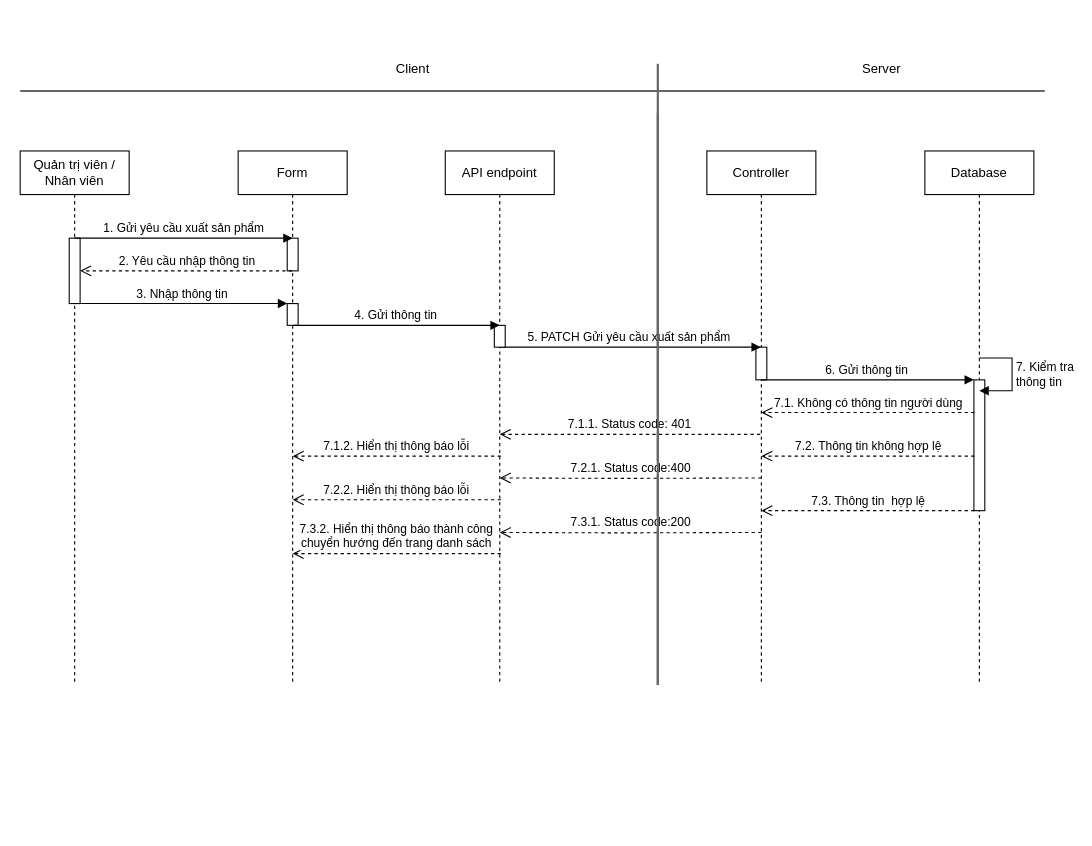
Before: page "Page-2" (2 of 2) of SD/SD_XUATNHAPHANG.drawio in hieuNV0871/da, a draw.io diagram. Source tidied: cells renumbered, new cells numbered last; positions are measured from the earlier drawing's top-left corner, leaving out a move shared by most shapes. Both pictures are drawn from the tidied source at 109%, with x=0, y=0 at pixel (20, 52).
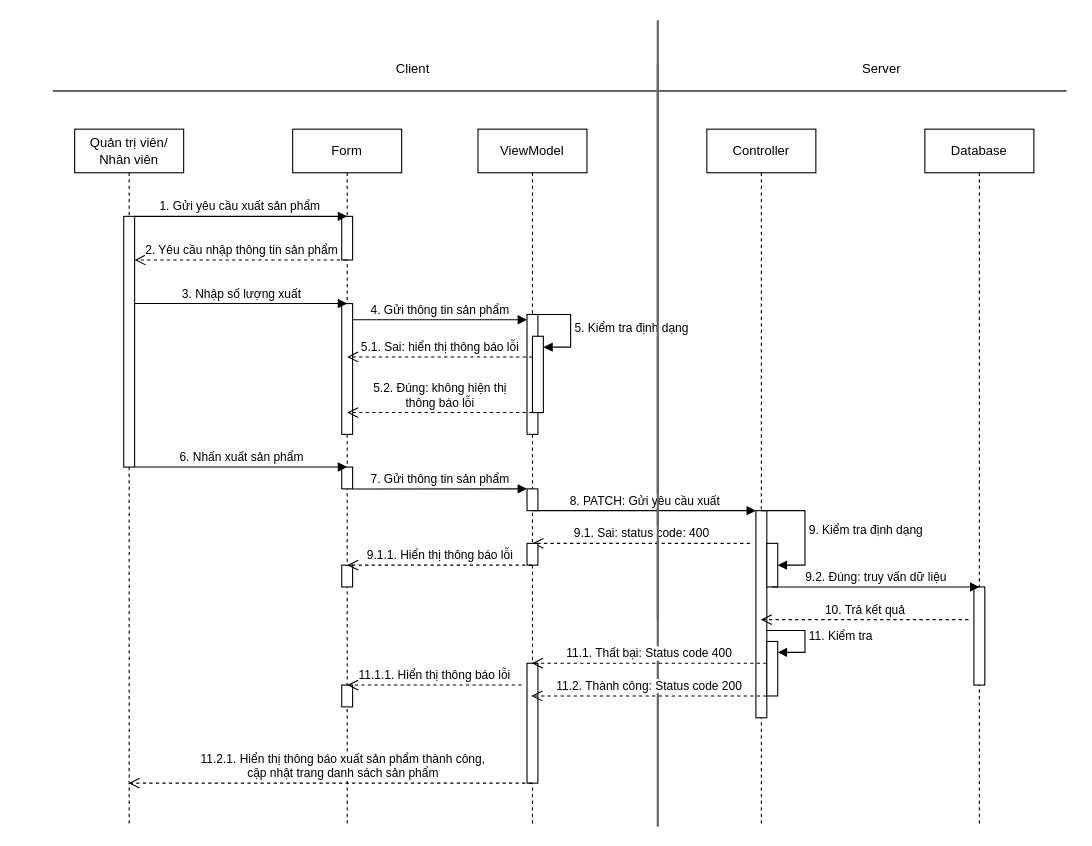
Above is the later version.

Diff of the diagram source:
```diff
@@
-    <mxCell id="2" value="Quản trị viên / Nhân viên" style="shape=umlLifeline;perimeter=lifelinePerimeter;whiteSpace=wrap;html=1;newEdgeStyle={&quot;curved&quot;:0,&quot;rounded&quot;:0};" parent="1" vertex="1">
-      <mxGeometry y="90" width="100" height="490" as="geometry" />
-    </mxCell>
-    <mxCell id="3" style="html=1;points=[[0,0,0,0,5],[0,1,0,0,-5],[1,0,0,0,5],[1,1,0,0,-5]];perimeter=orthogonalPerimeter;outlineConnect=0;targetShapes=umlLifeline;portConstraint=eastwest;newEdgeStyle={&quot;curved&quot;:0,&quot;rounded&quot;:0};" parent="2" vertex="1">
-      <mxGeometry x="45" y="80" width="10" height="60" as="geometry" />
-    </mxCell>
+    <mxCell id="34" style="line;strokeWidth=2;direction=south;html=1;fillColor=#f5f5f5;fontColor=#333333;strokeColor=#666666;" parent="1" vertex="1">
+      <mxGeometry x="580" y="-30" width="10" height="550" as="geometry" />
+    </mxCell>
+    <mxCell id="35" value="Quản trị viên/ Nhân viên" style="shape=umlLifeline;perimeter=lifelinePerimeter;whiteSpace=wrap;html=1;outlineConnect=0;portConstraint=eastwest;newEdgeStyle={&quot;curved&quot;:0,&quot;rounded&quot;:0};" parent="1" vertex="1">
+      <mxGeometry x="50" y="70" width="100" height="640" as="geometry" />
+    </mxCell>
+    <mxCell id="36" style="html=1;points=[[0,0,0,0,5],[0,1,0,0,-5],[1,0,0,0,5],[1,1,0,0,-5]];perimeter=orthogonalPerimeter;outlineConnect=0;targetShapes=umlLifeline;portConstraint=eastwest;newEdgeStyle={&quot;curved&quot;:0,&quot;rounded&quot;:0};" parent="35" vertex="1">
+      <mxGeometry x="45" y="80" width="10" height="230" as="geometry" />
+    </mxCell>
     <mxCell id="4" value="Form" style="shape=umlLifeline;perimeter=lifelinePerimeter;whiteSpace=wrap;html=1;outlineConnect=0;portConstraint=eastwest;newEdgeStyle={&quot;curved&quot;:0,&quot;rounded&quot;:0};" parent="1" vertex="1">
-      <mxGeometry x="200" y="90" width="100" height="490" as="geometry" />
+      <mxGeometry x="250" y="70" width="100" height="640" as="geometry" />
     </mxCell>
-    <mxCell id="5" style="html=1;perimeter=orthogonalPerimeter;targetShapes=umlLifeline;newEdgeStyle={&quot;curved&quot;:0,&quot;rounded&quot;:0};" parent="4" vertex="1">
-      <mxGeometry x="45" y="80" width="10" height="30" as="geometry" />
-    </mxCell>
-    <mxCell id="6" style="html=1;points=[[0,0,0,0,5],[0,1,0,0,-5],[1,0,0,0,5],[1,1,0,0,-5]];perimeter=orthogonalPerimeter;outlineConnect=0;targetShapes=umlLifeline;portConstraint=eastwest;newEdgeStyle={&quot;curved&quot;:0,&quot;rounded&quot;:0};" parent="4" vertex="1">
-      <mxGeometry x="45" y="140" width="10" height="20" as="geometry" />
-    </mxCell>
+    <mxCell id="37" style="html=1;perimeter=orthogonalPerimeter;targetShapes=umlLifeline;newEdgeStyle={&quot;curved&quot;:0,&quot;rounded&quot;:0};" parent="4" vertex="1">
+      <mxGeometry x="45" y="80" width="10" height="40" as="geometry" />
+    </mxCell>
+    <mxCell id="38" style="html=1;points=[[0,0,0,0,5],[0,1,0,0,-5],[1,0,0,0,5],[1,1,0,0,-5]];perimeter=orthogonalPerimeter;outlineConnect=0;targetShapes=umlLifeline;portConstraint=eastwest;newEdgeStyle={&quot;curved&quot;:0,&quot;rounded&quot;:0};" parent="4" vertex="1">
+      <mxGeometry x="45" y="160" width="10" height="120" as="geometry" />
+    </mxCell>
+    <mxCell id="39" style="html=1;perimeter=orthogonalPerimeter;targetShapes=umlLifeline;newEdgeStyle={&quot;curved&quot;:0,&quot;rounded&quot;:0};" parent="4" vertex="1">
+      <mxGeometry x="45" y="310" width="10" height="20" as="geometry" />
+    </mxCell>
+    <mxCell id="40" style="html=1;perimeter=orthogonalPerimeter;targetShapes=umlLifeline;newEdgeStyle={&quot;curved&quot;:0,&quot;rounded&quot;:0};" parent="4" vertex="1">
+      <mxGeometry x="45" y="400" width="10" height="20" as="geometry" />
+    </mxCell>
+    <mxCell id="41" style="html=1;perimeter=orthogonalPerimeter;targetShapes=umlLifeline;newEdgeStyle={&quot;curved&quot;:0,&quot;rounded&quot;:0};" parent="4" vertex="1">
+      <mxGeometry x="45" y="510" width="10" height="20" as="geometry" />
+    </mxCell>
     <mxCell id="7" value="Controller" style="shape=umlLifeline;perimeter=lifelinePerimeter;whiteSpace=wrap;html=1;outlineConnect=0;portConstraint=eastwest;newEdgeStyle={&quot;curved&quot;:0,&quot;rounded&quot;:0};" parent="1" vertex="1">
-      <mxGeometry x="630" y="90" width="100" height="490" as="geometry" />
+      <mxGeometry x="630" y="70" width="100" height="640" as="geometry" />
     </mxCell>
-    <mxCell id="8" style="html=1;perimeter=orthogonalPerimeter;targetShapes=umlLifeline;newEdgeStyle={&quot;curved&quot;:0,&quot;rounded&quot;:0};" parent="7" vertex="1">
-      <mxGeometry x="45" y="180" width="10" height="30" as="geometry" />
-    </mxCell>
-    <mxCell id="9" value="2. Yêu cầu nhập thông tin" style="html=1;verticalAlign=bottom;endArrow=open;dashed=1;endSize=8;curved=0;rounded=0;" parent="1" edge="1">
-      <mxGeometry relative="1" as="geometry">
-        <mxPoint x="249.5" y="200" as="sourcePoint" />
-        <mxPoint x="55" y="200" as="targetPoint" />
-        <Array as="points">
-          <mxPoint x="150" y="200" />
-        </Array>
-      </mxGeometry>
-    </mxCell>
-    <mxCell id="10" value="3. Nhập thông tin&amp;nbsp;" style="html=1;verticalAlign=bottom;endArrow=block;curved=0;rounded=0;" parent="1" edge="1" source="3" target="6">
-      <mxGeometry relative="1" as="geometry" />
-    </mxCell>
+    <mxCell id="42" style="html=1;points=[[0,0,0,0,5],[0,1,0,0,-5],[1,0,0,0,5],[1,1,0,0,-5]];perimeter=orthogonalPerimeter;outlineConnect=0;targetShapes=umlLifeline;portConstraint=eastwest;newEdgeStyle={&quot;curved&quot;:0,&quot;rounded&quot;:0};" parent="7" vertex="1">
+      <mxGeometry x="45" y="350" width="10" height="190" as="geometry" />
+    </mxCell>
+    <mxCell id="43" value="9. Kiểm tra định dạng" style="html=1;align=left;spacingLeft=2;endArrow=block;rounded=0;edgeStyle=orthogonalEdgeStyle;curved=0;rounded=0;exitX=0.5;exitY=0;exitDx=0;exitDy=0;exitPerimeter=0;" parent="7" edge="1" source="42" target="44">
+      <mxGeometry relative="1" as="geometry">
+        <Array as="points">
+          <mxPoint x="90" y="350" />
+          <mxPoint x="90" y="400" />
+        </Array>
+      </mxGeometry>
+    </mxCell>
+    <mxCell id="44" style="html=1;points=[[0,0,0,0,5],[0,1,0,0,-5],[1,0,0,0,5],[1,1,0,0,-5]];perimeter=orthogonalPerimeter;outlineConnect=0;targetShapes=umlLifeline;portConstraint=eastwest;newEdgeStyle={&quot;curved&quot;:0,&quot;rounded&quot;:0};" parent="7" vertex="1">
+      <mxGeometry x="55" y="380" width="10" height="40" as="geometry" />
+    </mxCell>
+    <mxCell id="45" style="html=1;points=[[0,0,0,0,5],[0,1,0,0,-5],[1,0,0,0,5],[1,1,0,0,-5]];perimeter=orthogonalPerimeter;outlineConnect=0;targetShapes=umlLifeline;portConstraint=eastwest;newEdgeStyle={&quot;curved&quot;:0,&quot;rounded&quot;:0};" parent="7" vertex="1">
+      <mxGeometry x="55" y="470" width="10" height="50" as="geometry" />
+    </mxCell>
+    <mxCell id="46" value="11. Kiểm tra" style="html=1;align=left;spacingLeft=2;endArrow=block;rounded=0;edgeStyle=orthogonalEdgeStyle;curved=0;rounded=0;" parent="7" edge="1" target="45">
+      <mxGeometry relative="1" as="geometry">
+        <mxPoint x="55" y="460" as="sourcePoint" />
+        <Array as="points">
+          <mxPoint x="90" y="460" />
+          <mxPoint x="90" y="480" />
+        </Array>
+      </mxGeometry>
+    </mxCell>
+    <mxCell id="47" value="2. Yêu cầu nhập thông tin sản phẩm" style="html=1;verticalAlign=bottom;endArrow=open;dashed=1;endSize=8;curved=0;rounded=0;" parent="1" edge="1" source="4" target="36">
+      <mxGeometry relative="1" as="geometry">
+        <Array as="points">
+          <mxPoint x="180" y="190" />
+        </Array>
+      </mxGeometry>
+    </mxCell>
+    <mxCell id="48" value="3. Nhập số lượng xuất" style="html=1;verticalAlign=bottom;endArrow=block;curved=0;rounded=0;" parent="1" edge="1" source="36">
+      <mxGeometry relative="1" as="geometry">
+        <mxPoint x="300" y="230" as="targetPoint" />
+      </mxGeometry>
+    </mxCell>
-    <mxCell id="11" value="1. Gửi yêu cầu xuất sản phẩm" style="html=1;verticalAlign=bottom;endArrow=block;curved=0;rounded=0;" parent="1" edge="1">
+    <mxCell id="11" value="1. Gửi yêu cầu xuất sản phẩm&amp;nbsp;" style="html=1;verticalAlign=bottom;endArrow=block;curved=0;rounded=0;" parent="1" edge="1">
       <mxGeometry relative="1" as="geometry">
-        <mxPoint x="50" y="170" as="sourcePoint" />
-        <mxPoint x="250" y="170" as="targetPoint" />
+        <mxPoint x="105" y="150" as="sourcePoint" />
+        <mxPoint x="300" y="150" as="targetPoint" />
       </mxGeometry>
     </mxCell>
-    <mxCell id="12" value="5. PATCH Gửi yêu cầu xuất sản phẩm&amp;nbsp;" style="html=1;verticalAlign=bottom;endArrow=block;curved=0;rounded=0;" parent="1" edge="1" target="7">
-      <mxGeometry relative="1" as="geometry">
-        <mxPoint x="440" y="270" as="sourcePoint" />
-      </mxGeometry>
-    </mxCell>
+    <mxCell id="49" value="8. PATCH: Gửi yêu cầu xuất" style="html=1;verticalAlign=bottom;endArrow=block;curved=0;rounded=0;" parent="1" edge="1">
+      <mxGeometry relative="1" as="geometry">
+        <mxPoint x="470" y="420" as="sourcePoint" />
+        <mxPoint x="675" y="420" as="targetPoint" />
+      </mxGeometry>
+    </mxCell>
+    <mxCell id="50" value="9.1. Sai: status code: 400" style="html=1;verticalAlign=bottom;endArrow=open;dashed=1;endSize=8;curved=0;rounded=0;" parent="1" edge="1">
+      <mxGeometry relative="1" as="geometry">
+        <mxPoint x="669.5" y="450" as="sourcePoint" />
+        <mxPoint x="470" y="450" as="targetPoint" />
+        <Array as="points">
+          <mxPoint x="545" y="450" />
+        </Array>
+      </mxGeometry>
+    </mxCell>
     <mxCell id="13" value="Database" style="shape=umlLifeline;perimeter=lifelinePerimeter;whiteSpace=wrap;html=1;newEdgeStyle={&quot;curved&quot;:0,&quot;rounded&quot;:0};" parent="1" vertex="1">
-      <mxGeometry x="830" y="90" width="100" height="490" as="geometry" />
+      <mxGeometry x="830" y="70" width="100" height="640" as="geometry" />
     </mxCell>
-    <mxCell id="14" style="html=1;points=[[0,0,0,0,5],[0,1,0,0,-5],[1,0,0,0,5],[1,1,0,0,-5]];perimeter=orthogonalPerimeter;outlineConnect=0;targetShapes=umlLifeline;portConstraint=eastwest;newEdgeStyle={&quot;curved&quot;:0,&quot;rounded&quot;:0};" parent="13" vertex="1">
-      <mxGeometry x="45" y="210" width="10" height="120" as="geometry" />
-    </mxCell>
-    <mxCell id="15" style="line;strokeWidth=2;html=1;fillColor=#f5f5f5;fontColor=#333333;strokeColor=#666666;" parent="1" vertex="1">
-      <mxGeometry y="30" width="940" height="10" as="geometry" />
-    </mxCell>
+    <mxCell id="51" style="html=1;perimeter=orthogonalPerimeter;targetShapes=umlLifeline;newEdgeStyle={&quot;curved&quot;:0,&quot;rounded&quot;:0};" parent="13" vertex="1">
+      <mxGeometry x="45" y="420" width="10" height="90" as="geometry" />
+    </mxCell>
+    <mxCell id="52" style="line;strokeWidth=2;html=1;fillColor=#f5f5f5;fontColor=#333333;strokeColor=#666666;" parent="1" vertex="1">
+      <mxGeometry x="30" y="30" width="930" height="10" as="geometry" />
+    </mxCell>
@@
-    <mxCell id="18" style="line;strokeWidth=2;direction=south;html=1;fillColor=#f5f5f5;fontColor=#333333;strokeColor=#666666;" parent="1" vertex="1">
-      <mxGeometry x="580" y="10" width="10" height="570" as="geometry" />
-    </mxCell>
-    <mxCell id="19" value="API endpoint" style="shape=umlLifeline;perimeter=lifelinePerimeter;whiteSpace=wrap;html=1;newEdgeStyle={&quot;curved&quot;:0,&quot;rounded&quot;:0};" parent="1" vertex="1">
-      <mxGeometry x="390" y="90" width="100" height="490" as="geometry" />
-    </mxCell>
-    <mxCell id="20" style="html=1;perimeter=orthogonalPerimeter;targetShapes=umlLifeline;newEdgeStyle={&quot;curved&quot;:0,&quot;rounded&quot;:0};" parent="19" vertex="1">
-      <mxGeometry x="45" y="160" width="10" height="20" as="geometry" />
-    </mxCell>
-    <mxCell id="21" value="4. Gửi thông tin&amp;nbsp;" style="html=1;verticalAlign=bottom;endArrow=block;curved=0;rounded=0;" parent="1" edge="1">
-      <mxGeometry relative="1" as="geometry">
-        <mxPoint x="250.5" y="250" as="sourcePoint" />
-        <mxPoint x="440" y="250" as="targetPoint" />
-      </mxGeometry>
-    </mxCell>
-    <mxCell id="22" value="7. Kiểm tra&lt;br&gt;thông tin" style="html=1;align=left;spacingLeft=2;endArrow=block;rounded=0;edgeStyle=orthogonalEdgeStyle;curved=0;rounded=0;" parent="1" edge="1">
-      <mxGeometry relative="1" as="geometry">
-        <mxPoint x="880" y="280" as="sourcePoint" />
-        <mxPoint x="880" y="310" as="targetPoint" />
-        <Array as="points">
-          <mxPoint x="910" y="310" />
-        </Array>
-      </mxGeometry>
-    </mxCell>
-    <mxCell id="23" value="6. Gửi thông tin&amp;nbsp;" style="html=1;verticalAlign=bottom;endArrow=block;curved=0;rounded=0;" parent="1" edge="1" target="14">
-      <mxGeometry relative="1" as="geometry">
-        <mxPoint x="680" y="300" as="sourcePoint" />
-      </mxGeometry>
-    </mxCell>
-    <mxCell id="24" value="7.1. Không có thông tin người dùng" style="html=1;verticalAlign=bottom;endArrow=open;dashed=1;endSize=8;curved=0;rounded=0;" parent="1" edge="1">
-      <mxGeometry relative="1" as="geometry">
-        <mxPoint x="875.5" y="330" as="sourcePoint" />
-        <mxPoint x="680" y="330" as="targetPoint" />
-        <Array as="points">
-          <mxPoint x="715.5" y="330" />
-        </Array>
-      </mxGeometry>
-    </mxCell>
-    <mxCell id="25" value="7.2. Thông tin không hợp lệ" style="html=1;verticalAlign=bottom;endArrow=open;dashed=1;endSize=8;curved=0;rounded=0;" parent="1" edge="1">
-      <mxGeometry relative="1" as="geometry">
-        <mxPoint x="875.5" y="370" as="sourcePoint" />
-        <mxPoint x="680" y="370" as="targetPoint" />
-      </mxGeometry>
-    </mxCell>
-    <mxCell id="26" value="7.1.1. Status code: 401" style="html=1;verticalAlign=bottom;endArrow=open;dashed=1;endSize=8;curved=0;rounded=0;" parent="1" edge="1">
-      <mxGeometry relative="1" as="geometry">
-        <mxPoint x="679" y="350" as="sourcePoint" />
-        <mxPoint x="440" y="350" as="targetPoint" />
-        <Array as="points">
-          <mxPoint x="540.5" y="350" />
-        </Array>
-      </mxGeometry>
-    </mxCell>
-    <mxCell id="27" value="7.2.1. Status code:400" style="html=1;verticalAlign=bottom;endArrow=open;dashed=1;endSize=8;curved=0;rounded=0;" parent="1" edge="1">
-      <mxGeometry relative="1" as="geometry">
-        <mxPoint x="680" y="390" as="sourcePoint" />
-        <mxPoint x="440" y="390" as="targetPoint" />
-        <Array as="points">
-          <mxPoint x="550.5" y="390.4" />
-        </Array>
-      </mxGeometry>
-    </mxCell>
-    <mxCell id="28" value="7.1.2. Hiển thị thông báo lỗi" style="html=1;verticalAlign=bottom;endArrow=open;dashed=1;endSize=8;curved=0;rounded=0;" parent="1" edge="1">
-      <mxGeometry relative="1" as="geometry">
-        <mxPoint x="441" y="370" as="sourcePoint" />
-        <mxPoint x="250" y="370" as="targetPoint" />
-      </mxGeometry>
-    </mxCell>
-    <mxCell id="29" value="7.3. Thông tin&amp;nbsp; hợp lệ" style="html=1;verticalAlign=bottom;endArrow=open;dashed=1;endSize=8;curved=0;rounded=0;" parent="1" edge="1">
-      <mxGeometry relative="1" as="geometry">
-        <mxPoint x="875.5" y="420" as="sourcePoint" />
-        <mxPoint x="680" y="420" as="targetPoint" />
-      </mxGeometry>
-    </mxCell>
-    <mxCell id="30" value="7.3.1. Status code:200" style="html=1;verticalAlign=bottom;endArrow=open;dashed=1;endSize=8;curved=0;rounded=0;" parent="1" edge="1">
-      <mxGeometry relative="1" as="geometry">
-        <mxPoint x="680" y="440" as="sourcePoint" />
-        <mxPoint x="440" y="440" as="targetPoint" />
-        <Array as="points">
-          <mxPoint x="550.5" y="440.4" />
-        </Array>
-      </mxGeometry>
-    </mxCell>
-    <mxCell id="31" style="line;strokeWidth=2;direction=south;html=1;fillColor=#f5f5f5;fontColor=#333333;strokeColor=#666666;" parent="1" vertex="1">
-      <mxGeometry x="580" y="55" width="10" height="525" as="geometry" />
-    </mxCell>
-    <mxCell id="32" value="7.2.2. Hiển thị thông báo lỗi" style="html=1;verticalAlign=bottom;endArrow=open;dashed=1;endSize=8;curved=0;rounded=0;" parent="1" edge="1">
-      <mxGeometry relative="1" as="geometry">
-        <mxPoint x="441" y="410" as="sourcePoint" />
-        <mxPoint x="250" y="410" as="targetPoint" />
-      </mxGeometry>
-    </mxCell>
-    <mxCell id="33" value="7.3.2. Hiển thị thông báo thành công&lt;br&gt;chuyển hướng đến trang danh sách" style="html=1;verticalAlign=bottom;endArrow=open;dashed=1;endSize=8;curved=0;rounded=0;" parent="1" edge="1">
-      <mxGeometry relative="1" as="geometry">
-        <mxPoint x="441" y="459.4" as="sourcePoint" />
-        <mxPoint x="250" y="459.4" as="targetPoint" />
-      </mxGeometry>
-    </mxCell>
+    <mxCell id="53" value="ViewModel" style="shape=umlLifeline;perimeter=lifelinePerimeter;whiteSpace=wrap;html=1;outlineConnect=0;portConstraint=eastwest;newEdgeStyle={&quot;curved&quot;:0,&quot;rounded&quot;:0};" parent="1" vertex="1">
+      <mxGeometry x="420" y="70" width="100" height="640" as="geometry" />
+    </mxCell>
+    <mxCell id="54" style="html=1;perimeter=orthogonalPerimeter;targetShapes=umlLifeline;newEdgeStyle={&quot;curved&quot;:0,&quot;rounded&quot;:0};" parent="53" vertex="1">
+      <mxGeometry x="45" y="170" width="10" height="110" as="geometry" />
+    </mxCell>
+    <mxCell id="55" value="5. Kiểm tra định dạng" style="html=1;align=left;spacingLeft=2;endArrow=block;rounded=0;edgeStyle=orthogonalEdgeStyle;curved=0;rounded=0;" parent="53" edge="1" target="56">
+      <mxGeometry relative="1" as="geometry">
+        <mxPoint x="55" y="170" as="sourcePoint" />
+        <Array as="points">
+          <mxPoint x="85" y="200" />
+        </Array>
+      </mxGeometry>
+    </mxCell>
+    <mxCell id="56" style="html=1;points=[[0,0,0,0,5],[0,1,0,0,-5],[1,0,0,0,5],[1,1,0,0,-5]];perimeter=orthogonalPerimeter;outlineConnect=0;targetShapes=umlLifeline;portConstraint=eastwest;newEdgeStyle={&quot;curved&quot;:0,&quot;rounded&quot;:0};" parent="53" vertex="1">
+      <mxGeometry x="50" y="190" width="10" height="70" as="geometry" />
+    </mxCell>
+    <mxCell id="57" style="html=1;perimeter=orthogonalPerimeter;targetShapes=umlLifeline;newEdgeStyle={&quot;curved&quot;:0,&quot;rounded&quot;:0};" parent="53" vertex="1">
+      <mxGeometry x="45" y="330" width="10" height="20" as="geometry" />
+    </mxCell>
+    <mxCell id="58" style="html=1;perimeter=orthogonalPerimeter;targetShapes=umlLifeline;newEdgeStyle={&quot;curved&quot;:0,&quot;rounded&quot;:0};" parent="53" vertex="1">
+      <mxGeometry x="45" y="380" width="10" height="20" as="geometry" />
+    </mxCell>
+    <mxCell id="59" style="html=1;perimeter=orthogonalPerimeter;targetShapes=umlLifeline;newEdgeStyle={&quot;curved&quot;:0,&quot;rounded&quot;:0};" parent="53" vertex="1">
+      <mxGeometry x="45" y="490" width="10" height="110" as="geometry" />
+    </mxCell>
+    <mxCell id="60" value="4. Gửi thông tin sản phẩm" style="html=1;verticalAlign=bottom;endArrow=block;curved=0;rounded=0;" parent="1" edge="1" source="38">
+      <mxGeometry relative="1" as="geometry">
+        <mxPoint x="465" y="244.9" as="targetPoint" />
+      </mxGeometry>
+    </mxCell>
+    <mxCell id="61" style="line;strokeWidth=2;direction=south;html=1;fillColor=#f5f5f5;fontColor=#333333;strokeColor=#666666;" parent="1" vertex="1">
+      <mxGeometry x="580" y="10" width="10" height="700" as="geometry" />
+    </mxCell>
+    <mxCell id="62" value="11.2.1. Hiển thị thông báo xuất sản phẩm thành công,&lt;br&gt;cập nhật trang danh sách sản phẩm" style="html=1;verticalAlign=bottom;endArrow=open;dashed=1;endSize=8;curved=0;rounded=0;" parent="1" edge="1" source="53" target="35">
+      <mxGeometry x="-0.06" relative="1" as="geometry">
+        <Array as="points">
+          <mxPoint x="327.5" y="670" />
+        </Array>
+      </mxGeometry>
+    </mxCell>
+    <mxCell id="63" value="5.1. Sai: hiển thị thông báo lỗi" style="html=1;verticalAlign=bottom;endArrow=open;dashed=1;endSize=8;curved=0;rounded=0;" parent="1" edge="1" source="56">
+      <mxGeometry relative="1" as="geometry">
+        <mxPoint x="300" y="279" as="targetPoint" />
+      </mxGeometry>
+    </mxCell>
+    <mxCell id="64" value="5.2. Đúng: không hiện thị &lt;br&gt;thông báo lỗi" style="html=1;verticalAlign=bottom;endArrow=open;dashed=1;endSize=8;curved=0;rounded=0;" parent="1" edge="1">
+      <mxGeometry relative="1" as="geometry">
+        <mxPoint x="470" y="330" as="sourcePoint" />
+        <mxPoint x="300" y="330" as="targetPoint" />
+      </mxGeometry>
+    </mxCell>
+    <mxCell id="65" value="6. Nhấn xuất sản phẩm" style="html=1;verticalAlign=bottom;endArrow=block;curved=0;rounded=0;" parent="1" edge="1">
+      <mxGeometry relative="1" as="geometry">
+        <mxPoint x="105" y="380" as="sourcePoint" />
+        <mxPoint x="300" y="380" as="targetPoint" />
+      </mxGeometry>
+    </mxCell>
+    <mxCell id="66" value="7. Gửi thông tin sản phẩm" style="html=1;verticalAlign=bottom;endArrow=block;curved=0;rounded=0;" parent="1" edge="1">
+      <mxGeometry relative="1" as="geometry">
+        <mxPoint x="305" y="400.1" as="sourcePoint" />
+        <mxPoint x="465" y="400" as="targetPoint" />
+      </mxGeometry>
+    </mxCell>
+    <mxCell id="67" value="9.1.1. Hiển thị thông báo lỗi" style="html=1;verticalAlign=bottom;endArrow=open;dashed=1;endSize=8;curved=0;rounded=0;" parent="1" edge="1">
+      <mxGeometry relative="1" as="geometry">
+        <mxPoint x="469.5" y="470" as="sourcePoint" />
+        <mxPoint x="300" y="470" as="targetPoint" />
+        <Array as="points">
+          <mxPoint x="345" y="470" />
+        </Array>
+      </mxGeometry>
+    </mxCell>
+    <mxCell id="68" value="9.2. Đúng: truy vấn dữ liệu" style="html=1;verticalAlign=bottom;endArrow=block;curved=0;rounded=0;" parent="1" edge="1">
+      <mxGeometry relative="1" as="geometry">
+        <mxPoint x="690" y="490" as="sourcePoint" />
+        <mxPoint x="880" y="490" as="targetPoint" />
+      </mxGeometry>
+    </mxCell>
+    <mxCell id="69" value="10. Trả kết quả" style="html=1;verticalAlign=bottom;endArrow=open;dashed=1;endSize=8;curved=0;rounded=0;" parent="1" edge="1" target="7">
+      <mxGeometry relative="1" as="geometry">
+        <mxPoint x="870" y="520" as="sourcePoint" />
+      </mxGeometry>
+    </mxCell>
+    <mxCell id="70" value="11.1. Thất bại: Status code 400" style="html=1;verticalAlign=bottom;endArrow=open;dashed=1;endSize=8;curved=0;rounded=0;" parent="1" edge="1" target="53">
+      <mxGeometry relative="1" as="geometry">
+        <mxPoint x="684.8" y="560" as="sourcePoint" />
+      </mxGeometry>
+    </mxCell>
+    <mxCell id="71" value="11.2. Thành công: Status code 200" style="html=1;verticalAlign=bottom;endArrow=open;dashed=1;endSize=8;curved=0;rounded=0;" parent="1" edge="1">
+      <mxGeometry relative="1" as="geometry">
+        <mxPoint x="684.8" y="590" as="sourcePoint" />
+        <mxPoint x="469" y="590" as="targetPoint" />
+      </mxGeometry>
+    </mxCell>
+    <mxCell id="72" value="11.1.1. Hiển thị thông báo lỗi" style="html=1;verticalAlign=bottom;endArrow=open;dashed=1;endSize=8;curved=0;rounded=0;" parent="1" edge="1">
+      <mxGeometry relative="1" as="geometry">
+        <mxPoint x="460" y="580" as="sourcePoint" />
+        <mxPoint x="300" y="580" as="targetPoint" />
+        <Array as="points">
+          <mxPoint x="335" y="580" />
+        </Array>
+      </mxGeometry>
+    </mxCell>
```
